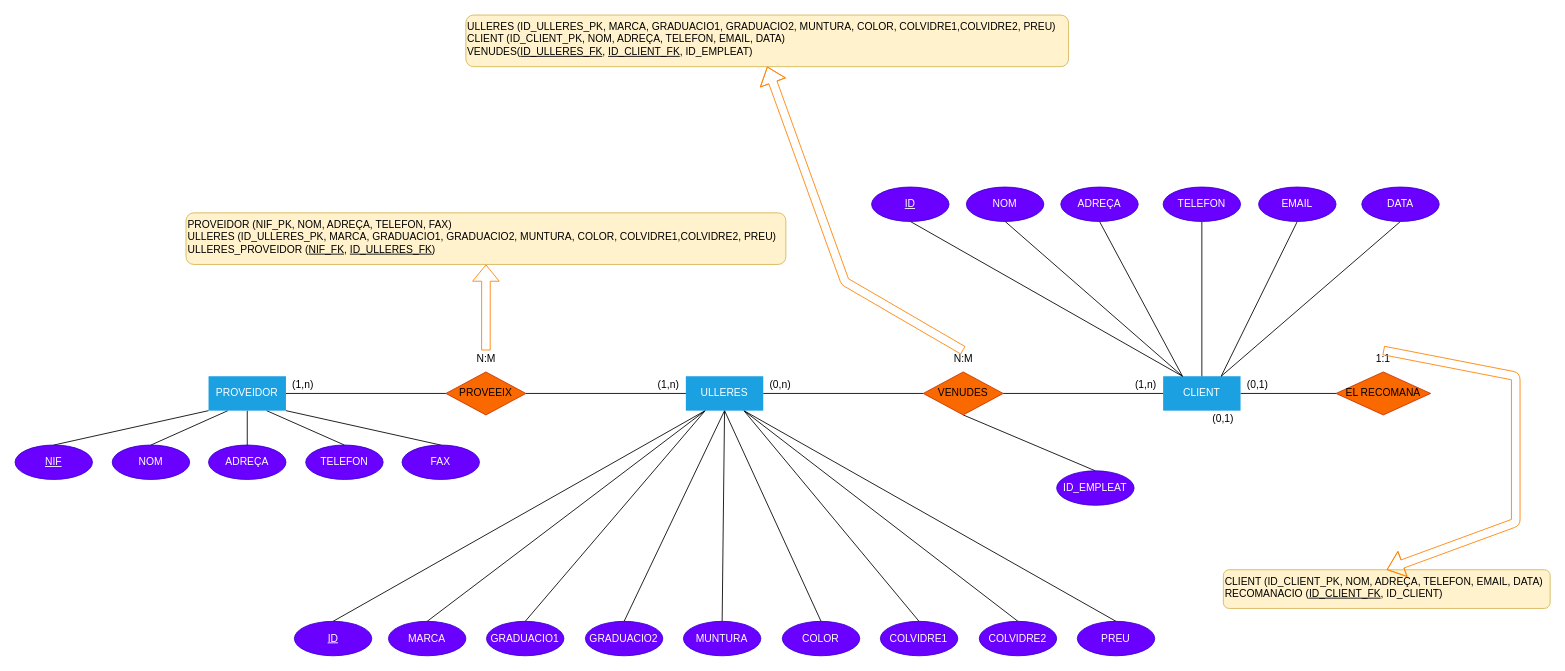
Before: optica/optica.drawio in miqueldevweb/mysql-estructura, a draw.io diagram. Source tidied: cells renumbered, new cells numbered last; positions are measured from the earlier drawing's top-left corner, leaving out a move shared by most shapes. Both pictures are drawn from the tidied source at 86%, with x=0, y=0 at pixel (15, 15).
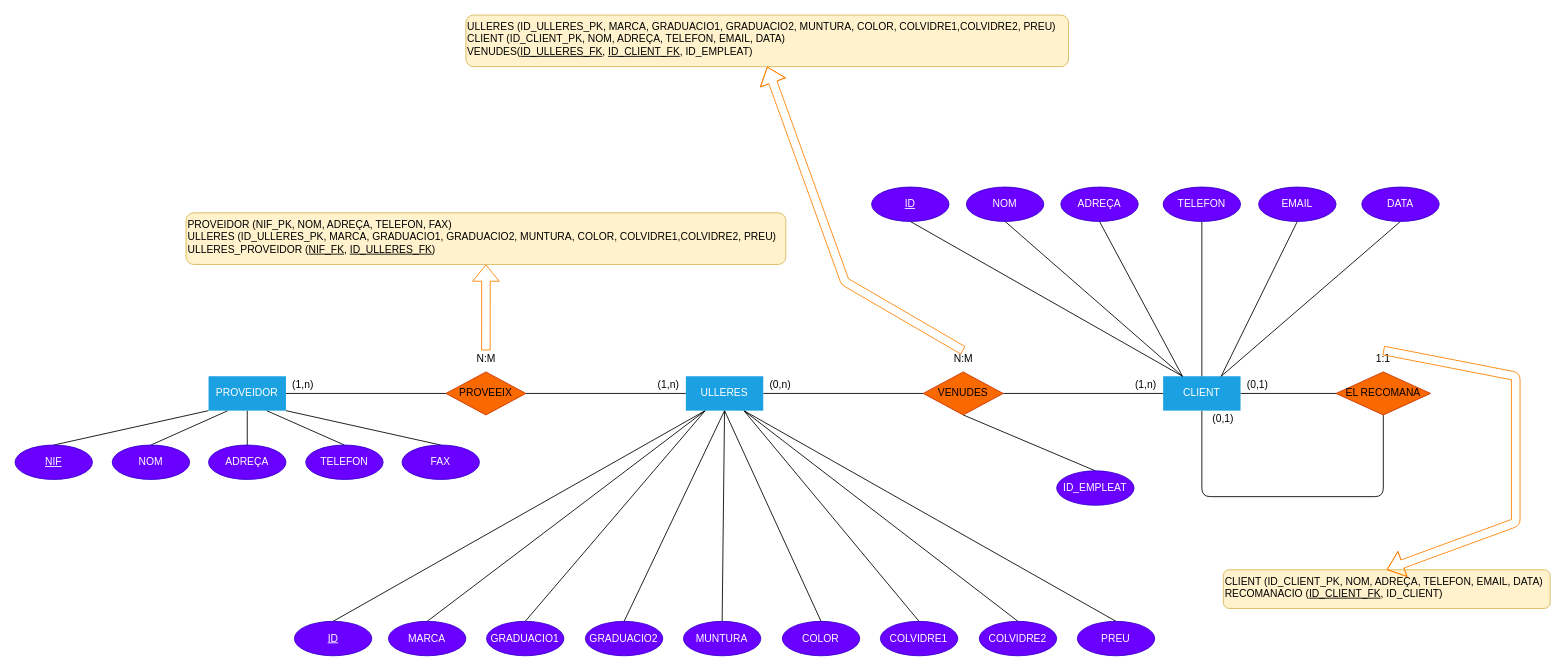
Above is the later version.

Commit message (it also covers changes not shown here):
Diagrama pizzeria. Falta modelo relacional. Falta incluir entidad factura a optica

Unchanged cells that the change refers to:
```xml
<mxCell id="38" value="CLIENT" style="rounded=0;whiteSpace=wrap;html=1;fillColor=#1ba1e2;fontColor=#ffffff;strokeColor=none;" parent="1" vertex="1">
  <mxGeometry x="1335" y="420" width="90" height="40" as="geometry" />
</mxCell>
<mxCell id="54" value="EL RECOMANA" style="rhombus;whiteSpace=wrap;html=1;fillColor=#fa6800;strokeColor=#C73500;fontColor=#000000;" parent="1" vertex="1">
  <mxGeometry x="1536" y="415" width="110" height="50" as="geometry" />
</mxCell>
```

Change to the diagram source:
```diff
@@
-    <mxCell id="37" style="edgeStyle=none;html=1;exitX=0.5;exitY=1;exitDx=0;exitDy=0;entryX=0.5;entryY=1;entryDx=0;entryDy=0;endArrow=none;endFill=0;strokeColor=#FFFFFF;" parent="1" edge="1" source="38" target="54">
+    <mxCell id="37" style="edgeStyle=none;html=1;exitX=0.5;exitY=1;exitDx=0;exitDy=0;entryX=0.5;entryY=1;entryDx=0;entryDy=0;endArrow=none;endFill=0;" parent="1" edge="1" source="38" target="54">
       <mxGeometry relative="1" as="geometry">
         <Array as="points">
           <mxPoint x="1380" y="560" />
           <mxPoint x="1591" y="560" />
         </Array>
       </mxGeometry>
     </mxCell>
```
